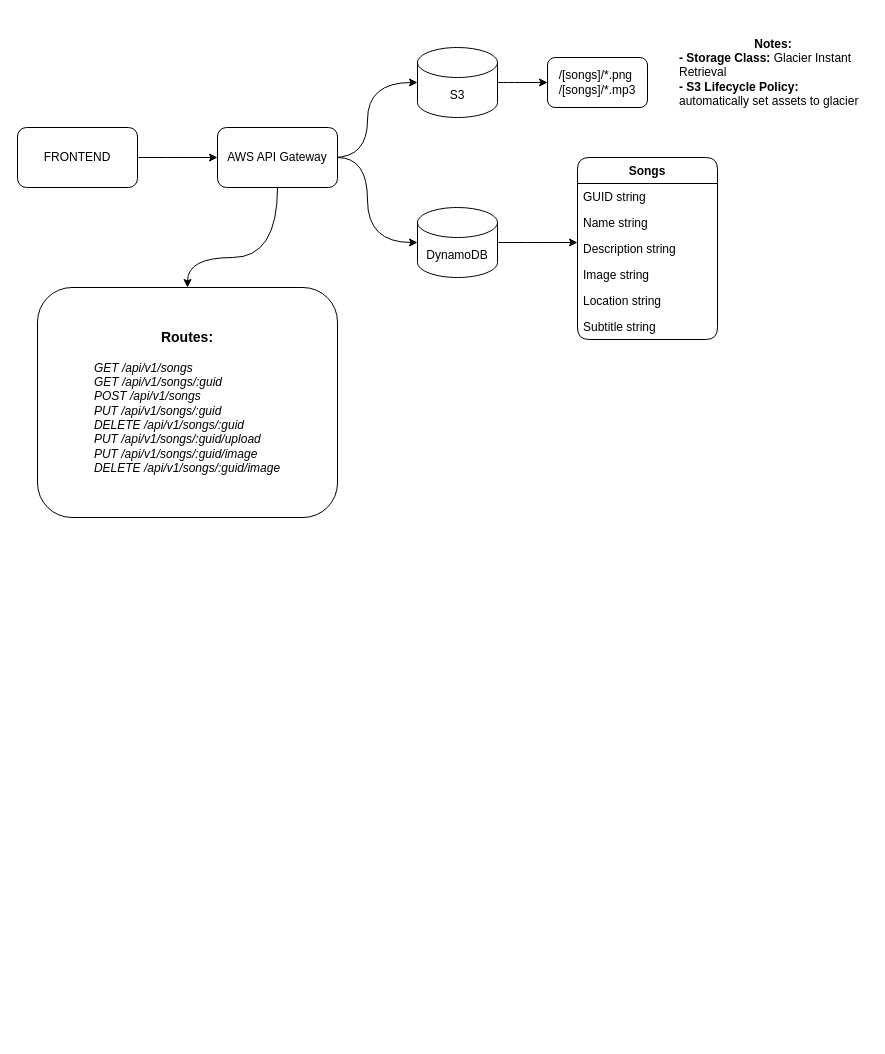
MarioSimou/films-local-server keeps this draw.io diagram as diagram.drawio. Above is the earlier version. Source tidied: cells renumbered, new cells numbered last; positions are measured from the earlier drawing's top-left corner, leaving out a move shared by most shapes. Both pictures are drawn from the tidied source at 100%, with x=0, y=0 at pixel (17, 27).
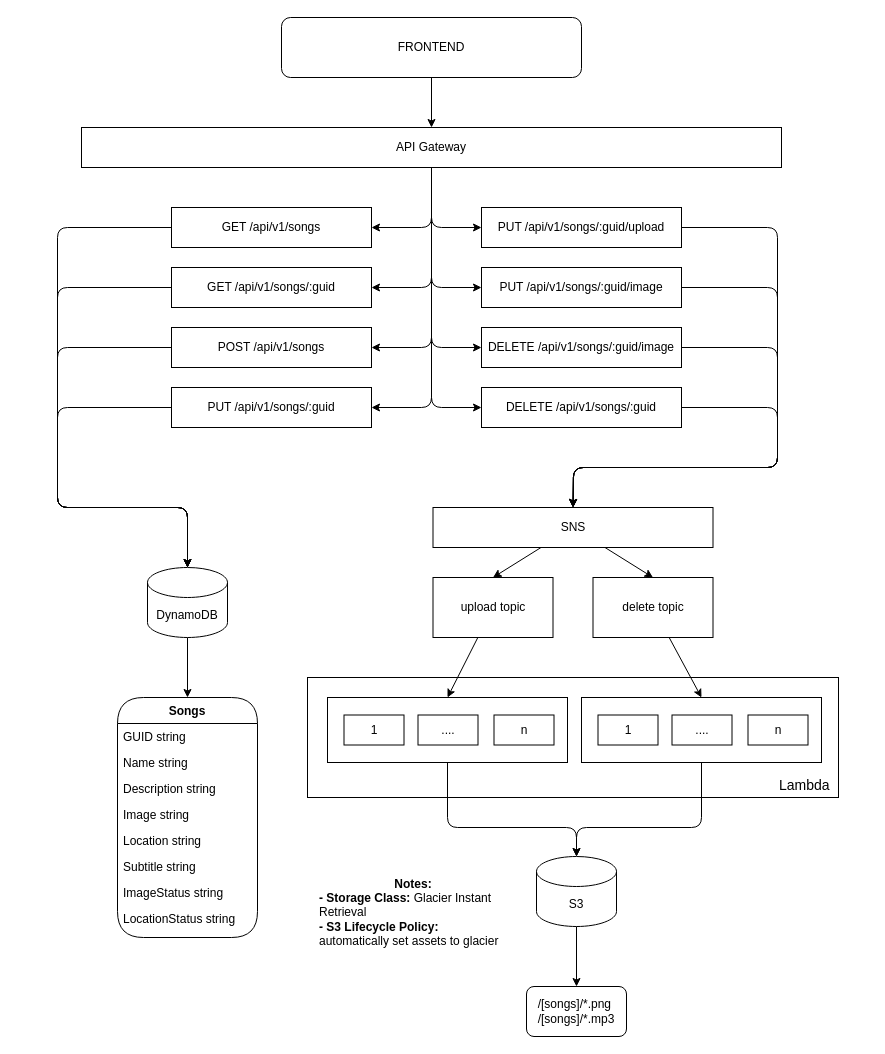
Above is the later version.

Change to the diagram source:
```diff
@@
-    <mxCell id="2" style="edgeStyle=none;html=1;curved=1;" parent="1" edge="1" source="3" target="7">
-      <mxGeometry relative="1" as="geometry" />
-    </mxCell>
+    <mxCell id="22" style="rounded=0;whiteSpace=wrap;html=1;" parent="1" vertex="1">
+      <mxGeometry x="290" y="650" width="531" height="120" as="geometry" />
+    </mxCell>
+    <mxCell id="23" style="edgeStyle=none;html=1;" parent="1" edge="1" source="3" target="36">
+      <mxGeometry relative="1" as="geometry" />
+    </mxCell>
     <mxCell id="3" value="FRONTEND" style="whiteSpace=wrap;html=1;align=center;rounded=1;" parent="1" vertex="1">
-      <mxGeometry y="100" width="120" height="60" as="geometry" />
+      <mxGeometry x="264" y="-10" width="300" height="60" as="geometry" />
     </mxCell>
-    <mxCell id="4" style="edgeStyle=none;html=1;entryX=0;entryY=0.5;entryDx=0;entryDy=0;entryPerimeter=0;curved=1;" parent="1" edge="1" target="11">
-      <mxGeometry relative="1" as="geometry">
-        <mxPoint x="316" y="130" as="sourcePoint" />
-        <Array as="points">
-          <mxPoint x="350" y="130" />
-          <mxPoint x="350" y="55" />
-        </Array>
-      </mxGeometry>
-    </mxCell>
-    <mxCell id="5" style="edgeStyle=none;html=1;entryX=0;entryY=0.5;entryDx=0;entryDy=0;entryPerimeter=0;exitX=1;exitY=0.5;exitDx=0;exitDy=0;curved=1;" parent="1" edge="1" source="7" target="9">
-      <mxGeometry relative="1" as="geometry">
-        <Array as="points">
-          <mxPoint x="350" y="130" />
-          <mxPoint x="350" y="215" />
-        </Array>
-      </mxGeometry>
-    </mxCell>
-    <mxCell id="6" style="edgeStyle=none;html=1;entryX=0.5;entryY=0;entryDx=0;entryDy=0;curved=1;" parent="1" edge="1" source="7" target="12">
-      <mxGeometry relative="1" as="geometry">
-        <Array as="points">
-          <mxPoint x="260" y="230" />
-          <mxPoint x="170" y="230" />
-        </Array>
-      </mxGeometry>
-    </mxCell>
-    <mxCell id="7" value="AWS API Gateway" style="whiteSpace=wrap;html=1;align=center;rounded=1;" parent="1" vertex="1">
-      <mxGeometry x="200" y="100" width="120" height="60" as="geometry" />
-    </mxCell>
-    <mxCell id="8" style="edgeStyle=none;html=1;exitX=1;exitY=0.5;exitDx=0;exitDy=0;exitPerimeter=0;curved=1;" parent="1" edge="1" source="9">
-      <mxGeometry relative="1" as="geometry">
-        <mxPoint x="560" y="215" as="targetPoint" />
-      </mxGeometry>
-    </mxCell>
+    <mxCell id="24" style="edgeStyle=none;html=1;entryX=0.5;entryY=0;entryDx=0;entryDy=0;" parent="1" edge="1" source="9" target="13">
+      <mxGeometry relative="1" as="geometry" />
+    </mxCell>
     <mxCell id="9" value="DynamoDB" style="shape=cylinder3;whiteSpace=wrap;html=1;boundedLbl=1;backgroundOutline=1;size=15;align=center;rounded=1;" parent="1" vertex="1">
-      <mxGeometry x="400" y="180" width="80" height="70" as="geometry" />
+      <mxGeometry x="130" y="540" width="80" height="70" as="geometry" />
     </mxCell>
-    <mxCell id="10" style="edgeStyle=none;html=1;entryX=0;entryY=0.5;entryDx=0;entryDy=0;curved=1;" parent="1" edge="1" source="11" target="20">
-      <mxGeometry relative="1" as="geometry" />
-    </mxCell>
+    <mxCell id="25" style="edgeStyle=none;html=1;" parent="1" edge="1" source="11">
+      <mxGeometry relative="1" as="geometry">
+        <mxPoint x="559" y="959" as="targetPoint" />
+      </mxGeometry>
+    </mxCell>
     <mxCell id="11" value="S3" style="shape=cylinder3;whiteSpace=wrap;html=1;boundedLbl=1;backgroundOutline=1;size=15;align=center;rounded=1;" parent="1" vertex="1">
-      <mxGeometry x="400" y="20" width="80" height="70" as="geometry" />
+      <mxGeometry x="519" y="829" width="80" height="70" as="geometry" />
     </mxCell>
-    <mxCell id="12" value="&lt;b&gt;&lt;font style=&quot;font-size: 14px&quot;&gt;Routes:&lt;br&gt;&lt;/font&gt;&lt;/b&gt;&lt;br&gt;&lt;div style=&quot;text-align: left&quot;&gt;&lt;i&gt;GET /api/v1/songs&lt;/i&gt;&lt;/div&gt;&lt;i&gt;&lt;div style=&quot;text-align: left&quot;&gt;&lt;i&gt;GET /api/v1/&lt;/i&gt;&lt;i&gt;songs&lt;/i&gt;&lt;i&gt;/:guid&lt;/i&gt;&lt;/div&gt;&lt;div style=&quot;text-align: left&quot;&gt;&lt;i&gt;POST /api/v1/songs&lt;/i&gt;&lt;/div&gt;&lt;div style=&quot;text-align: left&quot;&gt;&lt;i&gt;PUT /api/v1/&lt;/i&gt;&lt;i&gt;songs&lt;/i&gt;&lt;i&gt;/:guid&lt;/i&gt;&lt;/div&gt;&lt;div style=&quot;text-align: left&quot;&gt;&lt;i&gt;DELETE /api/v1/&lt;/i&gt;&lt;i&gt;songs&lt;/i&gt;&lt;i&gt;/:guid&lt;/i&gt;&lt;/div&gt;&lt;div style=&quot;text-align: left&quot;&gt;&lt;i&gt;PUT /api/v1/&lt;/i&gt;&lt;i&gt;songs&lt;/i&gt;&lt;i&gt;/:guid/upload&lt;/i&gt;&lt;/div&gt;&lt;div style=&quot;text-align: left&quot;&gt;&lt;i&gt;PUT /api/v1/&lt;/i&gt;&lt;i&gt;songs&lt;/i&gt;&lt;i&gt;/:guid/image&lt;/i&gt;&lt;/div&gt;&lt;div style=&quot;text-align: left&quot;&gt;&lt;i&gt;DELETE /api/v1/&lt;/i&gt;&lt;i&gt;songs&lt;/i&gt;&lt;i&gt;/:guid/image&lt;/i&gt;&lt;/div&gt;&lt;/i&gt;" style="whiteSpace=wrap;html=1;align=center;rounded=1;" parent="1" vertex="1">
-      <mxGeometry x="20" y="260" width="300" height="230" as="geometry" />
-    </mxCell>
-    <mxCell id="13" value="Songs" style="swimlane;fontStyle=1;horizontal=1;startSize=26;fillColor=none;align=center;rounded=1;" parent="1" vertex="1">
-      <mxGeometry x="560" y="130" width="140" height="182" as="geometry" />
+    <mxCell id="13" value="Songs" style="swimlane;fontStyle=1;horizontal=1;startSize=26;fillColor=none;align=center;rounded=1;arcSize=50;" parent="1" vertex="1">
+      <mxGeometry x="100" y="670" width="140" height="240" as="geometry" />
     </mxCell>
@@
+    <mxCell id="26" value="Subtitle string" style="text;strokeColor=none;fillColor=none;align=left;verticalAlign=top;spacingLeft=4;spacingRight=4;overflow=hidden;rounded=1;" parent="13" vertex="1">
+      <mxGeometry y="156" width="140" height="26" as="geometry" />
+    </mxCell>
+    <mxCell id="27" value="ImageStatus string" style="text;strokeColor=none;fillColor=none;align=left;verticalAlign=top;spacingLeft=4;spacingRight=4;overflow=hidden;rounded=1;" parent="13" vertex="1">
+      <mxGeometry y="182" width="140" height="26" as="geometry" />
+    </mxCell>
-    <mxCell id="19" value="Subtitle string" style="text;strokeColor=none;fillColor=none;align=left;verticalAlign=top;spacingLeft=4;spacingRight=4;overflow=hidden;rounded=1;" parent="13" vertex="1">
-      <mxGeometry y="156" width="140" height="26" as="geometry" />
+    <mxCell id="19" value="LocationStatus string" style="text;strokeColor=none;fillColor=none;align=left;verticalAlign=top;spacingLeft=4;spacingRight=4;overflow=hidden;rounded=1;" parent="13" vertex="1">
+      <mxGeometry y="208" width="140" height="32" as="geometry" />
     </mxCell>
     <mxCell id="20" value="&lt;div style=&quot;text-align: left&quot;&gt;&lt;span&gt;/[songs]/*.png&lt;/span&gt;&lt;/div&gt;&lt;div style=&quot;text-align: left&quot;&gt;&lt;span&gt;/[songs]/*.mp3&lt;/span&gt;&lt;/div&gt;" style="whiteSpace=wrap;html=1;align=center;rounded=1;" parent="1" vertex="1">
-      <mxGeometry x="530" y="30" width="100" height="50" as="geometry" />
+      <mxGeometry x="509" y="959" width="100" height="50" as="geometry" />
     </mxCell>
     <mxCell id="21" value="&lt;div style=&quot;text-align: center&quot;&gt;&lt;b&gt;Notes:&lt;/b&gt;&lt;/div&gt;&lt;b&gt;- Storage Class:&lt;/b&gt; Glacier Instant Retrieval&lt;br&gt;&lt;b&gt;- S3 Lifecycle Policy: &lt;/b&gt;automatically set assets to glacier" style="text;html=1;strokeColor=none;fillColor=none;align=left;verticalAlign=middle;whiteSpace=wrap;rounded=1;" parent="1" vertex="1">
-      <mxGeometry x="660" width="190" height="90" as="geometry" />
+      <mxGeometry x="300" y="840" width="190" height="90" as="geometry" />
     </mxCell>
+    <mxCell id="28" style="edgeStyle=none;html=1;entryX=0;entryY=0.5;entryDx=0;entryDy=0;" parent="1" edge="1" source="36" target="50">
+      <mxGeometry relative="1" as="geometry">
+        <Array as="points">
+          <mxPoint x="414" y="200" />
+        </Array>
+      </mxGeometry>
+    </mxCell>
+    <mxCell id="29" style="edgeStyle=none;html=1;entryX=0;entryY=0.5;entryDx=0;entryDy=0;" parent="1" edge="1" source="36" target="46">
+      <mxGeometry relative="1" as="geometry">
+        <Array as="points">
+          <mxPoint x="414" y="260" />
+        </Array>
+      </mxGeometry>
+    </mxCell>
+    <mxCell id="30" style="edgeStyle=none;html=1;entryX=0;entryY=0.5;entryDx=0;entryDy=0;" parent="1" edge="1" source="36" target="48">
+      <mxGeometry relative="1" as="geometry">
+        <Array as="points">
+          <mxPoint x="414" y="320" />
+        </Array>
+      </mxGeometry>
+    </mxCell>
+    <mxCell id="31" style="edgeStyle=none;html=1;entryX=1;entryY=0.5;entryDx=0;entryDy=0;" parent="1" edge="1" source="36" target="38">
+      <mxGeometry relative="1" as="geometry">
+        <Array as="points">
+          <mxPoint x="414" y="200" />
+        </Array>
+      </mxGeometry>
+    </mxCell>
+    <mxCell id="32" style="edgeStyle=none;html=1;entryX=1;entryY=0.5;entryDx=0;entryDy=0;" parent="1" edge="1" source="36" target="40">
+      <mxGeometry relative="1" as="geometry">
+        <Array as="points">
+          <mxPoint x="414" y="260" />
+        </Array>
+      </mxGeometry>
+    </mxCell>
+    <mxCell id="33" style="edgeStyle=none;html=1;entryX=1;entryY=0.5;entryDx=0;entryDy=0;" parent="1" edge="1" source="36" target="42">
+      <mxGeometry relative="1" as="geometry">
+        <Array as="points">
+          <mxPoint x="414" y="320" />
+        </Array>
+      </mxGeometry>
+    </mxCell>
+    <mxCell id="34" style="edgeStyle=none;html=1;entryX=1;entryY=0.5;entryDx=0;entryDy=0;" parent="1" edge="1" source="36" target="44">
+      <mxGeometry relative="1" as="geometry">
+        <Array as="points">
+          <mxPoint x="414" y="380" />
+        </Array>
+      </mxGeometry>
+    </mxCell>
+    <mxCell id="35" style="edgeStyle=none;html=1;entryX=0;entryY=0.5;entryDx=0;entryDy=0;" parent="1" edge="1" source="36" target="52">
+      <mxGeometry relative="1" as="geometry">
+        <Array as="points">
+          <mxPoint x="414" y="380" />
+        </Array>
+      </mxGeometry>
+    </mxCell>
+    <mxCell id="36" value="API Gateway" style="rounded=0;whiteSpace=wrap;html=1;" parent="1" vertex="1">
+      <mxGeometry x="64" y="100" width="700" height="40" as="geometry" />
+    </mxCell>
+    <mxCell id="37" style="edgeStyle=none;html=1;entryX=0.5;entryY=0;entryDx=0;entryDy=0;entryPerimeter=0;" parent="1" edge="1" source="38" target="9">
+      <mxGeometry relative="1" as="geometry">
+        <Array as="points">
+          <mxPoint x="40" y="200" />
+          <mxPoint x="40" y="480" />
+          <mxPoint x="170" y="480" />
+        </Array>
+      </mxGeometry>
+    </mxCell>
+    <mxCell id="38" value="GET /api/v1/songs" style="rounded=0;whiteSpace=wrap;html=1;" parent="1" vertex="1">
+      <mxGeometry x="154" y="180" width="200" height="40" as="geometry" />
+    </mxCell>
+    <mxCell id="39" style="edgeStyle=none;html=1;entryX=0.5;entryY=0;entryDx=0;entryDy=0;entryPerimeter=0;exitX=0;exitY=0.5;exitDx=0;exitDy=0;" parent="1" edge="1" source="40" target="9">
+      <mxGeometry relative="1" as="geometry">
+        <Array as="points">
+          <mxPoint x="40" y="260" />
+          <mxPoint x="40" y="480" />
+          <mxPoint x="170" y="480" />
+        </Array>
+      </mxGeometry>
+    </mxCell>
+    <mxCell id="40" value="GET /api/v1/songs/:guid" style="rounded=0;whiteSpace=wrap;html=1;" parent="1" vertex="1">
+      <mxGeometry x="154" y="240" width="200" height="40" as="geometry" />
+    </mxCell>
+    <mxCell id="41" style="edgeStyle=none;html=1;entryX=0.5;entryY=0;entryDx=0;entryDy=0;entryPerimeter=0;" parent="1" edge="1" source="42" target="9">
+      <mxGeometry relative="1" as="geometry">
+        <Array as="points">
+          <mxPoint x="40" y="320" />
+          <mxPoint x="40" y="480" />
+          <mxPoint x="170" y="480" />
+        </Array>
+      </mxGeometry>
+    </mxCell>
+    <mxCell id="42" value="POST /api/v1/songs" style="rounded=0;whiteSpace=wrap;html=1;" parent="1" vertex="1">
+      <mxGeometry x="154" y="300" width="200" height="40" as="geometry" />
+    </mxCell>
+    <mxCell id="43" style="edgeStyle=none;html=1;entryX=0.5;entryY=0;entryDx=0;entryDy=0;entryPerimeter=0;" parent="1" edge="1" source="44" target="9">
+      <mxGeometry relative="1" as="geometry">
+        <Array as="points">
+          <mxPoint x="40" y="380" />
+          <mxPoint x="40" y="480" />
+          <mxPoint x="170" y="480" />
+        </Array>
+      </mxGeometry>
+    </mxCell>
+    <mxCell id="44" value="PUT /api/v1/songs/:guid" style="rounded=0;whiteSpace=wrap;html=1;" parent="1" vertex="1">
+      <mxGeometry x="154" y="360" width="200" height="40" as="geometry" />
+    </mxCell>
+    <mxCell id="45" style="edgeStyle=none;html=1;entryX=0.5;entryY=0;entryDx=0;entryDy=0;fontSize=14;exitX=1;exitY=0.5;exitDx=0;exitDy=0;" parent="1" edge="1" source="46" target="59">
+      <mxGeometry relative="1" as="geometry">
+        <Array as="points">
+          <mxPoint x="760" y="260" />
+          <mxPoint x="760" y="440" />
+          <mxPoint x="556" y="440" />
+        </Array>
+      </mxGeometry>
+    </mxCell>
+    <mxCell id="46" value="PUT /api/v1/songs/:guid/image" style="rounded=0;whiteSpace=wrap;html=1;" parent="1" vertex="1">
+      <mxGeometry x="464" y="240" width="200" height="40" as="geometry" />
+    </mxCell>
+    <mxCell id="47" style="edgeStyle=none;html=1;fontSize=14;exitX=1;exitY=0.5;exitDx=0;exitDy=0;" parent="1" edge="1" source="48" target="59">
+      <mxGeometry relative="1" as="geometry">
+        <Array as="points">
+          <mxPoint x="760" y="320" />
+          <mxPoint x="760" y="440" />
+          <mxPoint x="556" y="440" />
+        </Array>
+      </mxGeometry>
+    </mxCell>
+    <mxCell id="48" value="DELETE /api/v1/songs/:guid/image" style="rounded=0;whiteSpace=wrap;html=1;" parent="1" vertex="1">
+      <mxGeometry x="464" y="300" width="200" height="40" as="geometry" />
+    </mxCell>
+    <mxCell id="49" style="edgeStyle=none;html=1;fontSize=14;entryX=0.5;entryY=0;entryDx=0;entryDy=0;" parent="1" edge="1" source="50" target="59">
+      <mxGeometry relative="1" as="geometry">
+        <Array as="points">
+          <mxPoint x="760" y="200" />
+          <mxPoint x="760" y="440" />
+          <mxPoint x="556" y="440" />
+        </Array>
+      </mxGeometry>
+    </mxCell>
+    <mxCell id="50" value="PUT /api/v1/songs/:guid/upload" style="rounded=0;whiteSpace=wrap;html=1;" parent="1" vertex="1">
+      <mxGeometry x="464" y="180" width="200" height="40" as="geometry" />
+    </mxCell>
+    <mxCell id="51" style="edgeStyle=none;html=1;entryX=0.5;entryY=0;entryDx=0;entryDy=0;fontSize=14;exitX=1;exitY=0.5;exitDx=0;exitDy=0;" parent="1" edge="1" source="52" target="59">
+      <mxGeometry relative="1" as="geometry">
+        <Array as="points">
+          <mxPoint x="760" y="380" />
+          <mxPoint x="760" y="440" />
+          <mxPoint x="556" y="440" />
+        </Array>
+      </mxGeometry>
+    </mxCell>
+    <mxCell id="52" value="DELETE /api/v1/songs/:guid" style="rounded=0;whiteSpace=wrap;html=1;" parent="1" vertex="1">
+      <mxGeometry x="464" y="360" width="200" height="40" as="geometry" />
+    </mxCell>
+    <mxCell id="53" style="edgeStyle=none;html=1;entryX=0.5;entryY=0;entryDx=0;entryDy=0;" parent="1" edge="1" source="54" target="69">
+      <mxGeometry relative="1" as="geometry" />
+    </mxCell>
+    <mxCell id="54" value="upload topic" style="rounded=0;whiteSpace=wrap;html=1;" parent="1" vertex="1">
+      <mxGeometry x="415.5" y="550" width="120" height="60" as="geometry" />
+    </mxCell>
+    <mxCell id="55" style="edgeStyle=none;html=1;entryX=0.5;entryY=0;entryDx=0;entryDy=0;" parent="1" edge="1" source="56" target="63">
+      <mxGeometry relative="1" as="geometry" />
+    </mxCell>
+    <mxCell id="56" value="delete topic" style="rounded=0;whiteSpace=wrap;html=1;" parent="1" vertex="1">
+      <mxGeometry x="575.5" y="550" width="120" height="60" as="geometry" />
+    </mxCell>
+    <mxCell id="57" style="edgeStyle=none;html=1;entryX=0.5;entryY=0;entryDx=0;entryDy=0;" parent="1" edge="1" source="59" target="54">
+      <mxGeometry relative="1" as="geometry" />
+    </mxCell>
+    <mxCell id="58" style="edgeStyle=none;html=1;entryX=0.5;entryY=0;entryDx=0;entryDy=0;" parent="1" edge="1" source="59" target="56">
+      <mxGeometry relative="1" as="geometry" />
+    </mxCell>
+    <mxCell id="59" value="SNS" style="rounded=0;whiteSpace=wrap;html=1;" parent="1" vertex="1">
+      <mxGeometry x="415.5" y="480" width="280" height="40" as="geometry" />
+    </mxCell>
+    <mxCell id="60" value="&lt;h1&gt;&lt;font style=&quot;font-size: 14px ; font-weight: normal&quot;&gt;Lambda&lt;/font&gt;&lt;/h1&gt;" style="text;html=1;strokeColor=none;fillColor=none;spacing=5;spacingTop=-20;whiteSpace=wrap;overflow=hidden;rounded=0;" parent="1" vertex="1">
+      <mxGeometry x="756.5" y="735" width="64.5" height="40" as="geometry" />
+    </mxCell>
+    <mxCell id="61" style="group;" parent="1" vertex="1">
+      <mxGeometry x="564" y="670" width="240" height="65" as="geometry" />
+    </mxCell>
+    <mxCell id="62" style="group;" parent="61" vertex="1">
+      <mxGeometry width="240" height="65" as="geometry" />
+    </mxCell>
+    <mxCell id="63" style="rounded=0;whiteSpace=wrap;html=1;fontSize=14;" parent="62" vertex="1">
+      <mxGeometry width="240" height="65" as="geometry" />
+    </mxCell>
+    <mxCell id="64" value="1" style="rounded=0;whiteSpace=wrap;html=1;" parent="62" vertex="1">
+      <mxGeometry x="16.5" y="17.5" width="60" height="30" as="geometry" />
+    </mxCell>
+    <mxCell id="65" value="...." style="rounded=0;whiteSpace=wrap;html=1;" parent="62" vertex="1">
+      <mxGeometry x="90.5" y="17.5" width="60" height="30" as="geometry" />
+    </mxCell>
+    <mxCell id="66" value="n" style="rounded=0;whiteSpace=wrap;html=1;" parent="62" vertex="1">
+      <mxGeometry x="166.5" y="17.5" width="60" height="30" as="geometry" />
+    </mxCell>
+    <mxCell id="67" style="group;" parent="1" vertex="1">
+      <mxGeometry x="310" y="670" width="240" height="65" as="geometry" />
+    </mxCell>
+    <mxCell id="68" style="group;" parent="67" vertex="1">
+      <mxGeometry width="240" height="65" as="geometry" />
+    </mxCell>
+    <mxCell id="69" style="rounded=0;whiteSpace=wrap;html=1;fontSize=14;" parent="68" vertex="1">
+      <mxGeometry width="240" height="65" as="geometry" />
+    </mxCell>
+    <mxCell id="70" value="1" style="rounded=0;whiteSpace=wrap;html=1;" parent="68" vertex="1">
+      <mxGeometry x="16.5" y="17.5" width="60" height="30" as="geometry" />
+    </mxCell>
+    <mxCell id="71" value="...." style="rounded=0;whiteSpace=wrap;html=1;" parent="68" vertex="1">
+      <mxGeometry x="90.5" y="17.5" width="60" height="30" as="geometry" />
+    </mxCell>
+    <mxCell id="72" value="n" style="rounded=0;whiteSpace=wrap;html=1;" parent="68" vertex="1">
+      <mxGeometry x="166.5" y="17.5" width="60" height="30" as="geometry" />
+    </mxCell>
+    <mxCell id="73" style="edgeStyle=none;html=1;entryX=0.5;entryY=0;entryDx=0;entryDy=0;entryPerimeter=0;fontSize=14;" parent="1" edge="1" source="69" target="11">
+      <mxGeometry relative="1" as="geometry">
+        <Array as="points">
+          <mxPoint x="430" y="800" />
+          <mxPoint x="559" y="800" />
+        </Array>
+      </mxGeometry>
+    </mxCell>
+    <mxCell id="74" style="edgeStyle=none;html=1;entryX=0.5;entryY=0;entryDx=0;entryDy=0;entryPerimeter=0;fontSize=14;" parent="1" edge="1" source="63" target="11">
+      <mxGeometry relative="1" as="geometry">
+        <Array as="points">
+          <mxPoint x="684" y="800" />
+          <mxPoint x="559" y="800" />
+        </Array>
+      </mxGeometry>
+    </mxCell>
```
